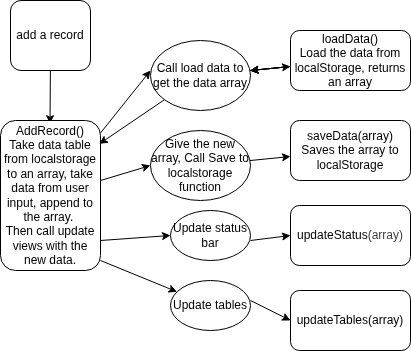
Before: ExpTracker/resources/logic-flow.drawio.png, a diagram exported from draw.io (geniesaiful/projects). Source tidied: cells renumbered, new cells last; positions are measured from the earlier drawing's top-left corner, leaving out a move shared by most shapes. The source it was exported from:
```xml
<mxGraphModel>
  <root>
    <mxCell id="0" />
    <mxCell id="1" parent="0" />
    <mxCell id="2" value="&lt;div&gt;&lt;span style=&quot;background-color: transparent;&quot;&gt;add a record&lt;/span&gt;&lt;/div&gt;" style="rounded=1;whiteSpace=wrap;html=1;" parent="1" vertex="1">
      <mxGeometry x="10" width="80" height="70" as="geometry" />
    </mxCell>
    <mxCell id="3" style="endArrow=classic;html=1;exitX=0.38;exitY=0.92;exitDx=0;exitDy=0;exitPerimeter=0;" parent="1" edge="1">
      <mxGeometry relative="1" as="geometry">
        <mxPoint x="49.9" y="70" as="sourcePoint" />
        <mxPoint x="49.5" y="123.2" as="targetPoint" />
      </mxGeometry>
    </mxCell>
    <mxCell id="4" value="AddRecord()&lt;div&gt;Take data table from localstorage to an array, take data from user input, append to the array.&amp;nbsp;&lt;/div&gt;&lt;div&gt;Then call update views with the new data.&lt;/div&gt;" style="rounded=1;whiteSpace=wrap;html=1;" parent="1" vertex="1">
      <mxGeometry y="120" width="100" height="150" as="geometry" />
    </mxCell>
    <mxCell id="5" style="edgeStyle=none;html=1;" parent="1" edge="1" source="6" target="8">
      <mxGeometry relative="1" as="geometry" />
    </mxCell>
    <mxCell id="6" value="Give the new array, Call Save to localstorage function" style="ellipse;whiteSpace=wrap;html=1;" parent="1" vertex="1">
      <mxGeometry x="150" y="130" width="100" height="70" as="geometry" />
    </mxCell>
    <mxCell id="7" style="endArrow=classic;html=1;entryX=0;entryY=0.5;entryDx=0;entryDy=0;" parent="1" edge="1" source="4" target="6">
      <mxGeometry relative="1" as="geometry" />
    </mxCell>
    <mxCell id="8" value="saveData(array)&lt;div&gt;Saves the array to localStorage&lt;/div&gt;" style="rounded=1;whiteSpace=wrap;html=1;" parent="1" vertex="1">
      <mxGeometry x="290" y="120" width="120" height="60" as="geometry" />
    </mxCell>
    <mxCell id="9" style="edgeStyle=none;html=1;" parent="1" edge="1" source="12" target="15">
      <mxGeometry relative="1" as="geometry" />
    </mxCell>
    <mxCell id="10" style="edgeStyle=none;html=1;" parent="1" edge="1" source="12" target="15">
      <mxGeometry relative="1" as="geometry" />
    </mxCell>
    <mxCell id="11" style="edgeStyle=none;html=1;" parent="1" edge="1" source="12" target="15">
      <mxGeometry relative="1" as="geometry" />
    </mxCell>
    <mxCell id="12" value="loadData()&lt;div&gt;Load the data from localStorage, returns an array&lt;/div&gt;" style="rounded=1;whiteSpace=wrap;html=1;" parent="1" vertex="1">
      <mxGeometry x="290" y="30" width="120" height="60" as="geometry" />
    </mxCell>
    <mxCell id="13" style="edgeStyle=none;html=1;" parent="1" edge="1" source="15" target="12">
      <mxGeometry relative="1" as="geometry" />
    </mxCell>
    <mxCell id="14" style="edgeStyle=none;html=1;entryX=0.988;entryY=0.156;entryDx=0;entryDy=0;entryPerimeter=0;" parent="1" edge="1" source="15" target="4">
      <mxGeometry relative="1" as="geometry" />
    </mxCell>
    <mxCell id="15" value="Call load data to get the data array" style="ellipse;whiteSpace=wrap;html=1;" parent="1" vertex="1">
      <mxGeometry x="150" y="40" width="100" height="70" as="geometry" />
    </mxCell>
    <mxCell id="16" style="endArrow=classic;html=1;" parent="1" edge="1" source="4">
      <mxGeometry relative="1" as="geometry">
        <mxPoint x="150" y="70" as="targetPoint" />
      </mxGeometry>
    </mxCell>
    <mxCell id="17" value="Update status bar" style="ellipse;whiteSpace=wrap;html=1;" parent="1" vertex="1">
      <mxGeometry x="170" y="210" width="80" height="50" as="geometry" />
    </mxCell>
    <mxCell id="18" value="Update tables" style="ellipse;whiteSpace=wrap;html=1;" parent="1" vertex="1">
      <mxGeometry x="170" y="280" width="80" height="50" as="geometry" />
    </mxCell>
    <mxCell id="19" style="endArrow=classic;html=1;entryX=0;entryY=0.5;entryDx=0;entryDy=0;" parent="1" edge="1" target="17">
      <mxGeometry relative="1" as="geometry">
        <mxPoint x="100" y="240" as="sourcePoint" />
      </mxGeometry>
    </mxCell>
    <mxCell id="20" style="endArrow=classic;html=1;" parent="1" edge="1" target="18">
      <mxGeometry relative="1" as="geometry">
        <mxPoint x="100" y="260" as="sourcePoint" />
      </mxGeometry>
    </mxCell>
    <mxCell id="21" value="updateStatus&lt;span style=&quot;color: rgb(63, 63, 63); background-color: transparent;&quot;&gt;(array&lt;/span&gt;&lt;span style=&quot;background-color: transparent; color: rgb(63, 63, 63);&quot;&gt;)&lt;/span&gt;" style="rounded=1;whiteSpace=wrap;html=1;" parent="1" vertex="1">
      <mxGeometry x="290" y="205" width="120" height="60" as="geometry" />
    </mxCell>
    <mxCell id="22" value="updateTables(array)" style="rounded=1;whiteSpace=wrap;html=1;" parent="1" vertex="1">
      <mxGeometry x="290" y="290" width="120" height="60" as="geometry" />
    </mxCell>
    <mxCell id="23" style="endArrow=classic;html=1;entryX=0;entryY=0.5;entryDx=0;entryDy=0;" parent="1" edge="1" target="21">
      <mxGeometry relative="1" as="geometry">
        <mxPoint x="250" y="240" as="sourcePoint" />
      </mxGeometry>
    </mxCell>
    <mxCell id="24" style="endArrow=classic;html=1;entryX=0;entryY=0.5;entryDx=0;entryDy=0;" parent="1" edge="1" target="22">
      <mxGeometry relative="1" as="geometry">
        <mxPoint x="250" y="300" as="sourcePoint" />
      </mxGeometry>
    </mxCell>
  </root>
</mxGraphModel>
```
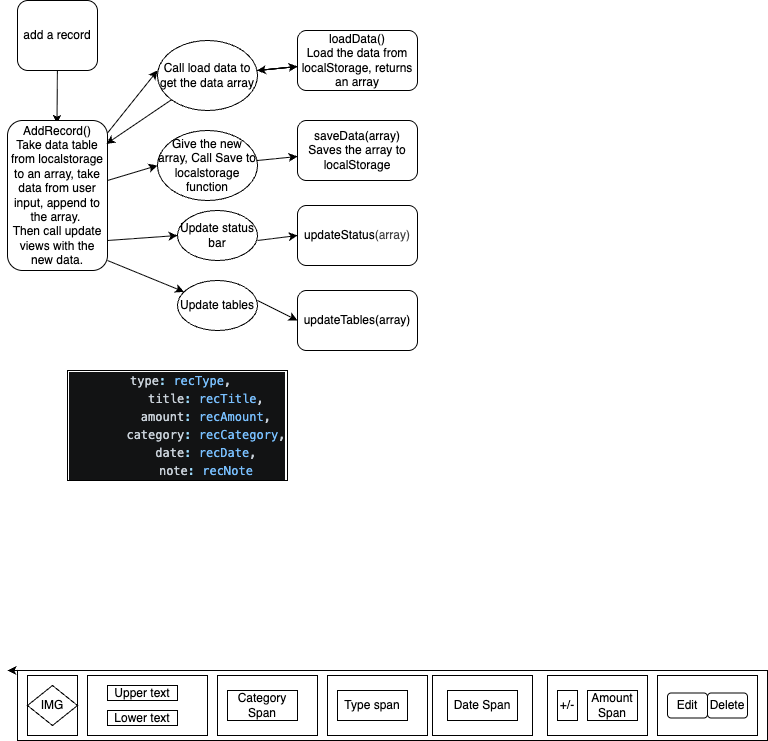
Above is the later version.

Diff of the diagram source:
```diff
@@ -84,5 +84,68 @@
         <mxPoint x="250" y="300" as="sourcePoint" />
       </mxGeometry>
     </mxCell>
+    <mxCell id="25" style="edgeStyle=none;html=1;exitX=0;exitY=0;exitDx=0;exitDy=0;" parent="1" edge="1">
+      <mxGeometry relative="1" as="geometry">
+        <mxPoint x="10" y="670" as="sourcePoint" />
+        <mxPoint y="670" as="targetPoint" />
+      </mxGeometry>
+    </mxCell>
+    <mxCell id="26" style="rounded=0;whiteSpace=wrap;html=1;" parent="1" vertex="1">
+      <mxGeometry x="10" y="670" width="750" height="70" as="geometry" />
+    </mxCell>
+    <mxCell id="27" style="rounded=0;whiteSpace=wrap;html=1;" parent="1" vertex="1">
+      <mxGeometry x="20" y="675" width="50" height="60" as="geometry" />
+    </mxCell>
+    <mxCell id="28" style="rounded=0;whiteSpace=wrap;html=1;" parent="1" vertex="1">
+      <mxGeometry x="80" y="675" width="120" height="60" as="geometry" />
+    </mxCell>
+    <mxCell id="29" value="Upper text" style="rounded=0;whiteSpace=wrap;html=1;" parent="1" vertex="1">
+      <mxGeometry x="100" y="685" width="70" height="15" as="geometry" />
+    </mxCell>
+    <mxCell id="30" value="Lower text" style="rounded=0;whiteSpace=wrap;html=1;" parent="1" vertex="1">
+      <mxGeometry x="100" y="710" width="70" height="15" as="geometry" />
+    </mxCell>
+    <mxCell id="31" style="rounded=0;whiteSpace=wrap;html=1;" parent="1" vertex="1">
+      <mxGeometry x="210" y="675" width="100" height="60" as="geometry" />
+    </mxCell>
+    <mxCell id="32" style="rounded=0;whiteSpace=wrap;html=1;" parent="1" vertex="1">
+      <mxGeometry x="320" y="675" width="100" height="60" as="geometry" />
+    </mxCell>
+    <mxCell id="33" style="rounded=0;whiteSpace=wrap;html=1;" parent="1" vertex="1">
+      <mxGeometry x="425" y="675" width="100" height="60" as="geometry" />
+    </mxCell>
+    <mxCell id="34" style="rounded=0;whiteSpace=wrap;html=1;" parent="1" vertex="1">
+      <mxGeometry x="540" y="675" width="100" height="60" as="geometry" />
+    </mxCell>
+    <mxCell id="35" style="rounded=0;whiteSpace=wrap;html=1;" parent="1" vertex="1">
+      <mxGeometry x="650" y="675" width="100" height="60" as="geometry" />
+    </mxCell>
+    <mxCell id="36" value="Category Span" style="rounded=0;whiteSpace=wrap;html=1;" parent="1" vertex="1">
+      <mxGeometry x="220" y="690" width="70" height="30" as="geometry" />
+    </mxCell>
+    <mxCell id="37" value="Type span" style="rounded=0;whiteSpace=wrap;html=1;" parent="1" vertex="1">
+      <mxGeometry x="330" y="690" width="70" height="30" as="geometry" />
+    </mxCell>
+    <mxCell id="38" value="Date Span" style="rounded=0;whiteSpace=wrap;html=1;" parent="1" vertex="1">
+      <mxGeometry x="440" y="690" width="70" height="30" as="geometry" />
+    </mxCell>
+    <mxCell id="39" value="Amount Span" style="rounded=0;whiteSpace=wrap;html=1;" parent="1" vertex="1">
+      <mxGeometry x="580" y="690" width="50" height="30" as="geometry" />
+    </mxCell>
+    <mxCell id="40" value="+/-" style="rounded=0;whiteSpace=wrap;html=1;" parent="1" vertex="1">
+      <mxGeometry x="550" y="690" width="20" height="30" as="geometry" />
+    </mxCell>
+    <mxCell id="41" value="Delete" style="rounded=1;whiteSpace=wrap;html=1;" parent="1" vertex="1">
+      <mxGeometry x="700" y="692.5" width="40" height="25" as="geometry" />
+    </mxCell>
+    <mxCell id="42" value="Edit" style="rounded=1;whiteSpace=wrap;html=1;" parent="1" vertex="1">
+      <mxGeometry x="660" y="692.5" width="40" height="25" as="geometry" />
+    </mxCell>
+    <mxCell id="43" value="IMG" style="rhombus;whiteSpace=wrap;html=1;" parent="1" vertex="1">
+      <mxGeometry x="20" y="685" width="50" height="40" as="geometry" />
+    </mxCell>
+    <mxCell id="44" value="&lt;meta charset=&quot;utf-8&quot;&gt;&lt;div style=&quot;color: #bbbebf;background-color: #121314;font-family: Menlo, Monaco, 'Courier New', monospace;font-weight: normal;font-size: 12px;line-height: 18px;white-space: pre;&quot;&gt;&lt;div&gt;&lt;span style=&quot;color: #c9d1d9;&quot;&gt; &lt;/span&gt;&lt;span style=&quot;color: #c9d1d9;&quot;&gt;type&lt;/span&gt;&lt;span style=&quot;color: #9cdcfe;&quot;&gt;:&lt;/span&gt;&lt;span style=&quot;color: #c9d1d9;&quot;&gt; &lt;/span&gt;&lt;span style=&quot;color: #79c0ff;&quot;&gt;recType&lt;/span&gt;&lt;span style=&quot;color: #c9d1d9;&quot;&gt;,&lt;/span&gt;&lt;/div&gt;&lt;div&gt;&lt;span style=&quot;color: #c9d1d9;&quot;&gt;        &lt;/span&gt;&lt;span style=&quot;color: #c9d1d9;&quot;&gt;title&lt;/span&gt;&lt;span style=&quot;color: #9cdcfe;&quot;&gt;:&lt;/span&gt;&lt;span style=&quot;color: #c9d1d9;&quot;&gt; &lt;/span&gt;&lt;span style=&quot;color: #79c0ff;&quot;&gt;recTitle&lt;/span&gt;&lt;span style=&quot;color: #c9d1d9;&quot;&gt;,&lt;/span&gt;&lt;/div&gt;&lt;div&gt;&lt;span style=&quot;color: #c9d1d9;&quot;&gt;        &lt;/span&gt;&lt;span style=&quot;color: #c9d1d9;&quot;&gt;amount&lt;/span&gt;&lt;span style=&quot;color: #9cdcfe;&quot;&gt;:&lt;/span&gt;&lt;span style=&quot;color: #c9d1d9;&quot;&gt; &lt;/span&gt;&lt;span style=&quot;color: #79c0ff;&quot;&gt;recAmount&lt;/span&gt;&lt;span style=&quot;color: #c9d1d9;&quot;&gt;,&lt;/span&gt;&lt;/div&gt;&lt;div&gt;&lt;span style=&quot;color: #c9d1d9;&quot;&gt;        &lt;/span&gt;&lt;span style=&quot;color: #c9d1d9;&quot;&gt;category&lt;/span&gt;&lt;span style=&quot;color: #9cdcfe;&quot;&gt;:&lt;/span&gt;&lt;span style=&quot;color: #c9d1d9;&quot;&gt; &lt;/span&gt;&lt;span style=&quot;color: #79c0ff;&quot;&gt;recCategory&lt;/span&gt;&lt;span style=&quot;color: #c9d1d9;&quot;&gt;,&lt;/span&gt;&lt;/div&gt;&lt;div&gt;&lt;span style=&quot;color: #c9d1d9;&quot;&gt;        &lt;/span&gt;&lt;span style=&quot;color: #c9d1d9;&quot;&gt;date&lt;/span&gt;&lt;span style=&quot;color: #9cdcfe;&quot;&gt;:&lt;/span&gt;&lt;span style=&quot;color: #c9d1d9;&quot;&gt; &lt;/span&gt;&lt;span style=&quot;color: #79c0ff;&quot;&gt;recDate&lt;/span&gt;&lt;span style=&quot;color: #c9d1d9;&quot;&gt;,&lt;/span&gt;&lt;/div&gt;&lt;div&gt;&lt;span style=&quot;color: #c9d1d9;&quot;&gt;        &lt;/span&gt;&lt;span style=&quot;color: #c9d1d9;&quot;&gt;note&lt;/span&gt;&lt;span style=&quot;color: #9cdcfe;&quot;&gt;:&lt;/span&gt;&lt;span style=&quot;color: #c9d1d9;&quot;&gt; &lt;/span&gt;&lt;span style=&quot;color: #79c0ff;&quot;&gt;recNote&lt;/span&gt;&lt;/div&gt;&lt;/div&gt;" style="rounded=0;whiteSpace=wrap;html=1;" parent="1" vertex="1">
+      <mxGeometry x="60" y="370" width="220" height="110" as="geometry" />
+    </mxCell>
   </root>
 </mxGraphModel>
```
